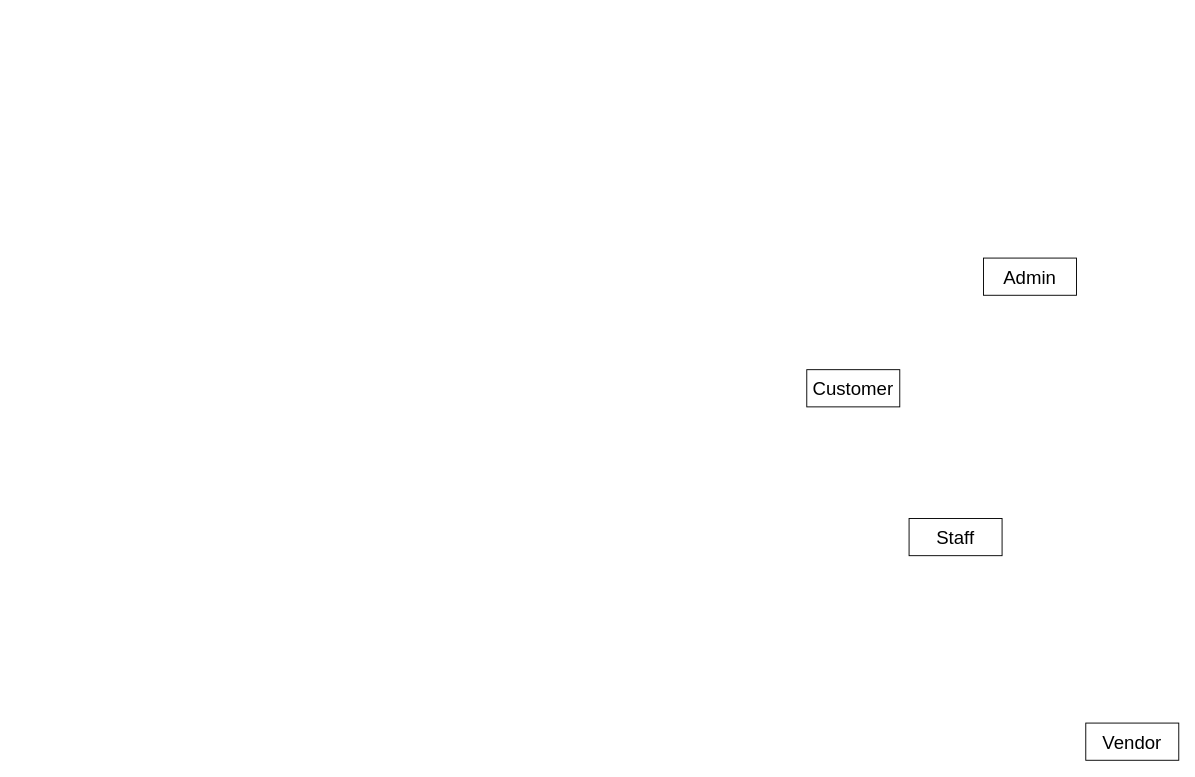
The draw.io diagram page "Trang-3" (3 of 5) of ERD_Verdant.drawio in VerdantTech-Solution/Documents, before the edit. Source tidied: cells renumbered, new cells numbered last; positions are measured from the earlier drawing's top-left corner, leaving out a move shared by most shapes. Both pictures are drawn from the tidied source at 93%, with x=0, y=0 at pixel (806, 258).
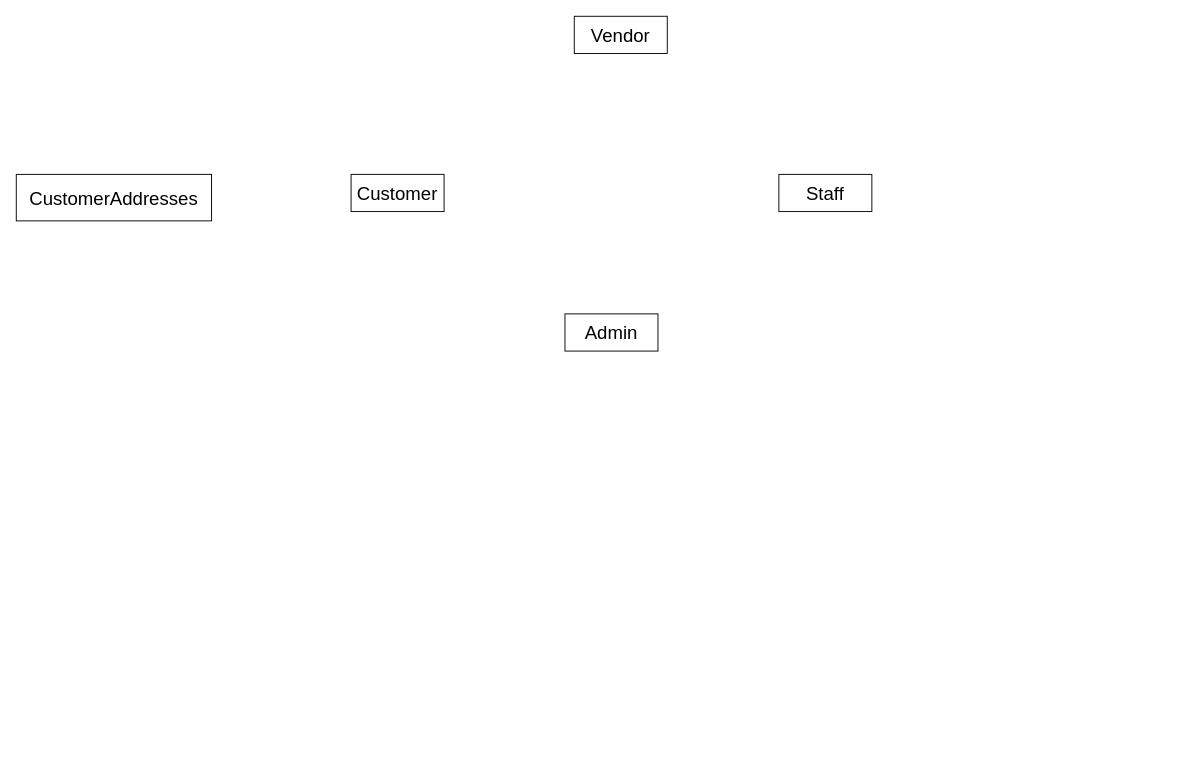
After the change.

Commit message:
Cập nhật ERD_Verdant.drawio

Change to the diagram source:
```diff
@@
 <mxGraphModel>
   <root>
     <mxCell id="0" />
     <mxCell id="1" parent="0" />
     <mxCell id="2" value="&lt;font style=&quot;font-size: 20px;&quot;&gt;Customer&lt;/font&gt;" style="whiteSpace=wrap;html=1;align=center;" parent="1" vertex="1">
-      <mxGeometry y="120" width="100" height="40" as="geometry" />
+      <mxGeometry x="-490" y="-90" width="100" height="40" as="geometry" />
     </mxCell>
     <mxCell id="3" value="&lt;font style=&quot;font-size: 20px;&quot;&gt;Staff&lt;/font&gt;" style="whiteSpace=wrap;html=1;align=center;" parent="1" vertex="1">
-      <mxGeometry x="110" y="280" width="100" height="40" as="geometry" />
+      <mxGeometry x="-30" y="-90" width="100" height="40" as="geometry" />
     </mxCell>
     <mxCell id="4" value="&lt;span style=&quot;font-size: 20px;&quot;&gt;Admin&lt;/span&gt;" style="whiteSpace=wrap;html=1;align=center;" parent="1" vertex="1">
-      <mxGeometry x="190" width="100" height="40" as="geometry" />
+      <mxGeometry x="-260" y="60" width="100" height="40" as="geometry" />
     </mxCell>
-    <mxCell id="5" value="&lt;span style=&quot;font-size: 20px;&quot;&gt;Vendor&lt;/span&gt;" style="whiteSpace=wrap;html=1;align=center;" parent="1" vertex="1">
-      <mxGeometry x="300" y="500" width="100" height="40" as="geometry" />
-    </mxCell>
+    <mxCell id="6" value="&lt;font style=&quot;font-size: 20px;&quot;&gt;V&lt;/font&gt;&lt;span style=&quot;font-size: 20px; background-color: transparent; color: light-dark(rgb(0, 0, 0), rgb(255, 255, 255));&quot;&gt;endor&lt;/span&gt;" style="whiteSpace=wrap;html=1;align=center;" parent="1" vertex="1">
+      <mxGeometry x="-250" y="-260" width="100" height="40" as="geometry" />
+    </mxCell>
+    <mxCell id="7" value="&lt;font style=&quot;font-size: 20px;&quot;&gt;CustomerAddresses&lt;/font&gt;" style="whiteSpace=wrap;html=1;align=center;" parent="1" vertex="1">
+      <mxGeometry x="-850" y="-90" width="210" height="50" as="geometry" />
+    </mxCell>
   </root>
 </mxGraphModel>
```
